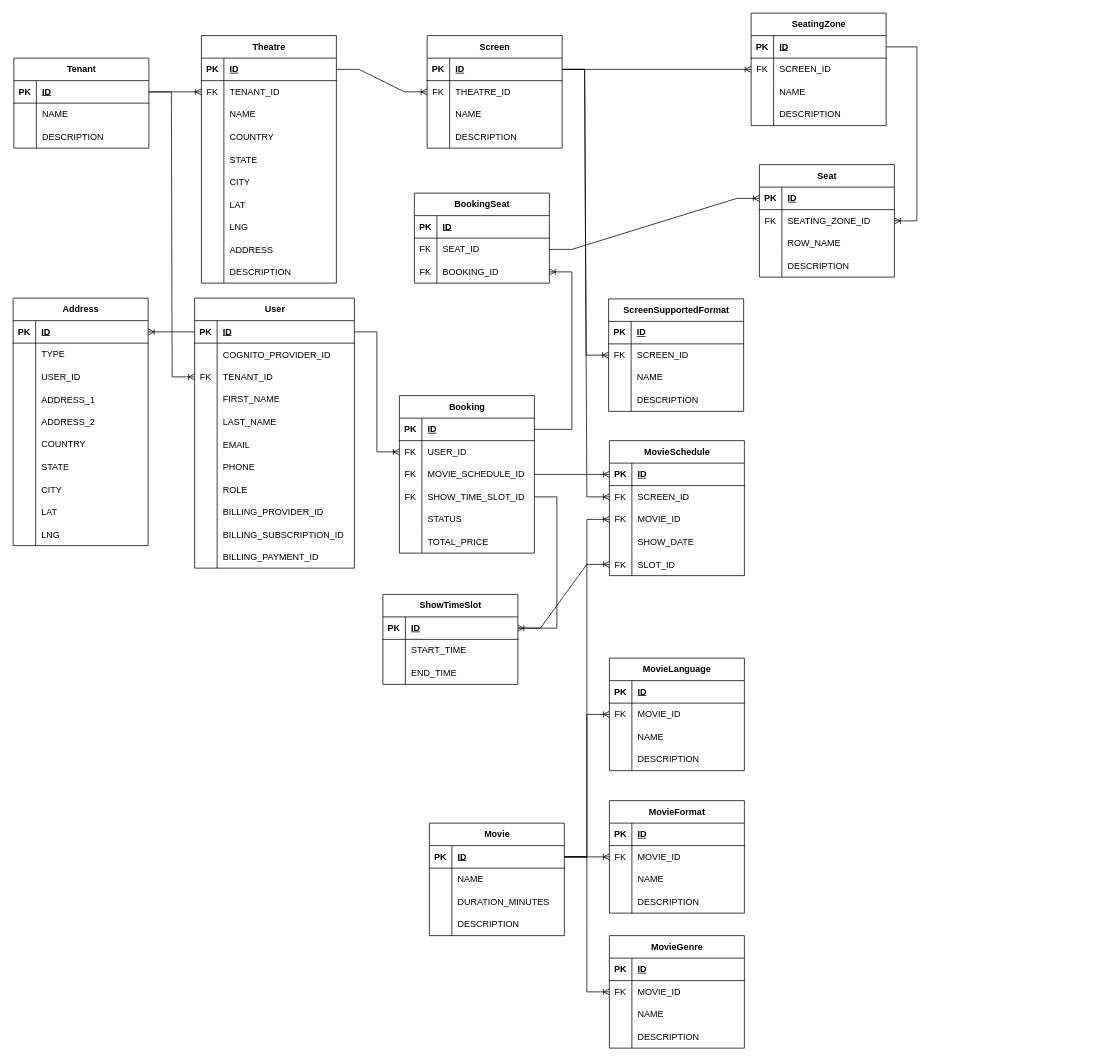
The draw.io diagram Untitled Diagram.drawio in itzmedinesh/drawings, before the edit. Source tidied: cells renumbered, new cells numbered last; positions are measured from the earlier drawing's top-left corner, leaving out a move shared by most shapes. Both pictures are drawn from the tidied source at 75%, with x=0, y=0 at pixel (-54, 13).
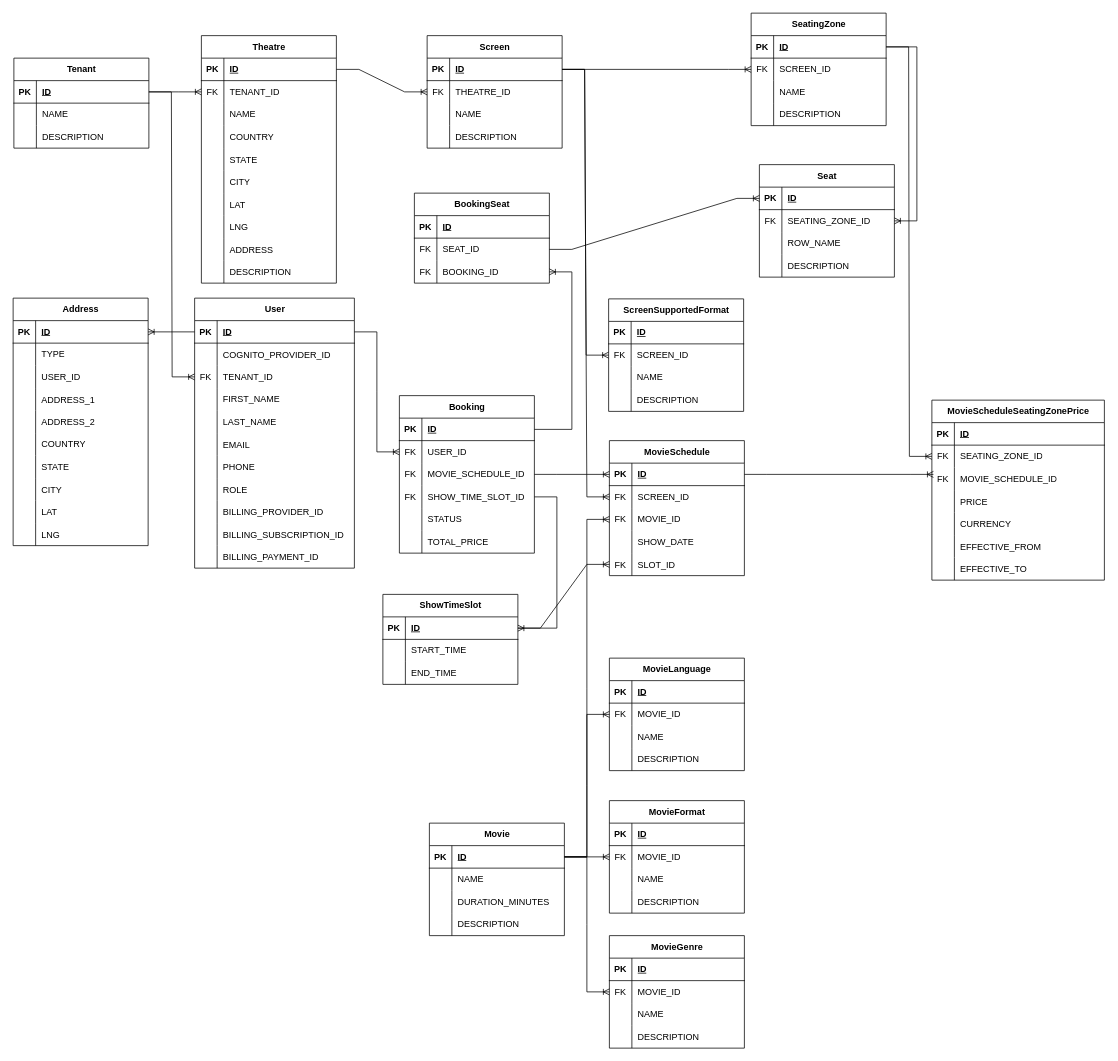
After the change.

Commit message:
Movies schedule seating zone based pricing

The change refers to these unchanged cells:
```xml
<mxCell id="41" style="shape=tableRow;horizontal=0;startSize=0;swimlaneHead=0;swimlaneBody=0;fillColor=none;points=[[0,0.5],[1,0.5]];portConstraint=eastwest;top=0;left=0;right=0;bottom=1;" parent="40" vertex="1">
  <mxGeometry y="30" width="180" height="30" as="geometry" />
</mxCell>
<mxCell id="209" style="shape=tableRow;horizontal=0;startSize=0;swimlaneHead=0;swimlaneBody=0;fillColor=none;points=[[0,0.5],[1,0.5]];portConstraint=eastwest;top=0;left=0;right=0;bottom=1;" parent="208" vertex="1">
  <mxGeometry y="30" width="180" height="30" as="geometry" />
</mxCell>
```

The edit, as a diff of the source:
```diff
@@
+    <mxCell id="285" value="MovieScheduleSeatingZonePrice" style="shape=table;startSize=30;childLayout=tableLayout;rowLines=0;fontStyle=1;align=center;html=1;" parent="1" vertex="1">
+      <mxGeometry x="1314" y="516" width="230" height="240" as="geometry" />
+    </mxCell>
+    <mxCell id="286" style="shape=tableRow;horizontal=0;startSize=0;swimlaneHead=0;swimlaneBody=0;fillColor=none;top=0;left=0;right=0;bottom=1;" parent="285" vertex="1">
+      <mxGeometry y="30" width="230" height="30" as="geometry" />
+    </mxCell>
+    <mxCell id="287" value="PK" style="shape=partialRectangle;fillColor=none;top=0;left=0;bottom=0;right=0;fontStyle=1;overflow=hidden;whiteSpace=wrap;html=1;" parent="286" vertex="1">
+      <mxGeometry width="30" height="30" as="geometry" />
+    </mxCell>
+    <mxCell id="288" value="ID" style="shape=partialRectangle;fillColor=none;top=0;left=0;bottom=0;right=0;align=left;spacingLeft=6;fontStyle=5;overflow=hidden;whiteSpace=wrap;html=1;" parent="286" vertex="1">
+      <mxGeometry x="30" width="200" height="30" as="geometry" />
+    </mxCell>
+    <mxCell id="289" style="shape=tableRow;horizontal=0;startSize=0;swimlaneHead=0;swimlaneBody=0;fillColor=none;points=[[0,0.5],[1,0.5]];portConstraint=eastwest;top=0;left=0;right=0;bottom=0;" parent="285" vertex="1">
+      <mxGeometry y="60" width="230" height="30" as="geometry" />
+    </mxCell>
+    <mxCell id="290" value="FK" style="shape=partialRectangle;fillColor=none;top=0;left=0;bottom=0;right=0;overflow=hidden;whiteSpace=wrap;html=1;" parent="289" vertex="1">
+      <mxGeometry width="30" height="30" as="geometry" />
+    </mxCell>
+    <mxCell id="291" value="SEATING_ZONE_ID" style="shape=partialRectangle;fillColor=none;top=0;left=0;bottom=0;right=0;align=left;spacingLeft=6;overflow=hidden;whiteSpace=wrap;html=1;" parent="289" vertex="1">
+      <mxGeometry x="30" width="200" height="30" as="geometry" />
+    </mxCell>
+    <mxCell id="292" style="shape=tableRow;horizontal=0;startSize=0;swimlaneHead=0;swimlaneBody=0;fillColor=none;points=[[0,0.5],[1,0.5]];portConstraint=eastwest;top=0;left=0;right=0;bottom=0;" parent="285" vertex="1">
+      <mxGeometry y="90" width="230" height="30" as="geometry" />
+    </mxCell>
+    <mxCell id="293" value="FK" style="shape=partialRectangle;fillColor=none;top=0;left=0;bottom=0;right=0;overflow=hidden;whiteSpace=wrap;html=1;" parent="292" vertex="1">
+      <mxGeometry width="30" height="30" as="geometry" />
+    </mxCell>
+    <mxCell id="294" value="MOVIE_SCHEDULE_ID" style="shape=partialRectangle;fillColor=none;top=0;left=0;bottom=0;right=0;align=left;spacingLeft=6;overflow=hidden;whiteSpace=wrap;html=1;" parent="292" vertex="1">
+      <mxGeometry x="30" width="200" height="30" as="geometry" />
+    </mxCell>
+    <mxCell id="295" style="shape=tableRow;horizontal=0;startSize=0;swimlaneHead=0;swimlaneBody=0;fillColor=none;top=0;left=0;right=0;bottom=0;" parent="285" vertex="1">
+      <mxGeometry y="120" width="230" height="30" as="geometry" />
+    </mxCell>
+    <mxCell id="296" style="shape=partialRectangle;fillColor=none;top=0;left=0;bottom=0;right=0;overflow=hidden;" parent="295" vertex="1">
+      <mxGeometry width="30" height="30" as="geometry" />
+    </mxCell>
+    <mxCell id="297" value="PRICE" style="shape=partialRectangle;fillColor=none;top=0;left=0;bottom=0;right=0;align=left;spacingLeft=6;overflow=hidden;" parent="295" vertex="1">
+      <mxGeometry x="30" width="200" height="30" as="geometry" />
+    </mxCell>
+    <mxCell id="298" style="shape=tableRow;horizontal=0;startSize=0;swimlaneHead=0;swimlaneBody=0;fillColor=none;top=0;left=0;right=0;bottom=0;" parent="285" vertex="1">
+      <mxGeometry y="150" width="230" height="30" as="geometry" />
+    </mxCell>
+    <mxCell id="299" style="shape=partialRectangle;fillColor=none;top=0;left=0;bottom=0;right=0;overflow=hidden;whiteSpace=wrap;html=1;" parent="298" vertex="1">
+      <mxGeometry width="30" height="30" as="geometry" />
+    </mxCell>
+    <mxCell id="300" value="CURRENCY" style="shape=partialRectangle;fillColor=none;top=0;left=0;bottom=0;right=0;align=left;spacingLeft=6;overflow=hidden;whiteSpace=wrap;html=1;" parent="298" vertex="1">
+      <mxGeometry x="30" width="200" height="30" as="geometry" />
+    </mxCell>
+    <mxCell id="301" style="shape=tableRow;horizontal=0;startSize=0;swimlaneHead=0;swimlaneBody=0;fillColor=none;top=0;left=0;right=0;bottom=0;" parent="285" vertex="1">
+      <mxGeometry y="180" width="230" height="30" as="geometry" />
+    </mxCell>
+    <mxCell id="302" style="shape=partialRectangle;fillColor=none;top=0;left=0;bottom=0;right=0;overflow=hidden;" parent="301" vertex="1">
+      <mxGeometry width="30" height="30" as="geometry" />
+    </mxCell>
+    <mxCell id="303" value="EFFECTIVE_FROM" style="shape=partialRectangle;fillColor=none;top=0;left=0;bottom=0;right=0;align=left;spacingLeft=6;overflow=hidden;" parent="301" vertex="1">
+      <mxGeometry x="30" width="200" height="30" as="geometry" />
+    </mxCell>
+    <mxCell id="304" style="shape=tableRow;horizontal=0;startSize=0;swimlaneHead=0;swimlaneBody=0;fillColor=none;top=0;left=0;right=0;bottom=0;" parent="285" vertex="1">
+      <mxGeometry y="210" width="230" height="30" as="geometry" />
+    </mxCell>
+    <mxCell id="305" style="shape=partialRectangle;fillColor=none;top=0;left=0;bottom=0;right=0;overflow=hidden;" parent="304" vertex="1">
+      <mxGeometry width="30" height="30" as="geometry" />
+    </mxCell>
+    <mxCell id="306" value="EFFECTIVE_TO" style="shape=partialRectangle;fillColor=none;top=0;left=0;bottom=0;right=0;align=left;spacingLeft=6;overflow=hidden;" parent="304" vertex="1">
+      <mxGeometry x="30" width="200" height="30" as="geometry" />
+    </mxCell>
+    <mxCell id="307" style="edgeStyle=entityRelationEdgeStyle;fontSize=12;html=1;endArrow=ERoneToMany;rounded=0;exitX=1;exitY=0.5;exitDx=0;exitDy=0;" parent="1" edge="1" source="41" target="289">
+      <mxGeometry relative="1" as="geometry" />
+    </mxCell>
+    <mxCell id="308" style="edgeStyle=entityRelationEdgeStyle;fontSize=12;html=1;endArrow=ERoneToMany;rounded=0;entryX=0.009;entryY=0.3;entryDx=0;entryDy=0;entryPerimeter=0;" parent="1" edge="1" source="209" target="292">
+      <mxGeometry relative="1" as="geometry">
+        <Array as="points">
+          <mxPoint x="1044" y="610" />
+        </Array>
+      </mxGeometry>
+    </mxCell>
```
